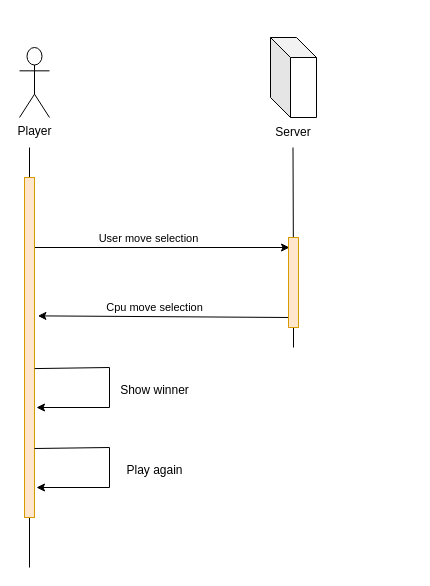
Earlier version of the draw.io diagram page "Sequence" (4 of 4) of the-game-diagrams-it1.drawio (RobertoGM/the-game). Source tidied: cells renumbered, new cells numbered last; positions are measured from the earlier drawing's top-left corner, leaving out a move shared by most shapes. Both pictures are drawn from the tidied source at 100%, with x=0, y=0 at pixel (19, 37).
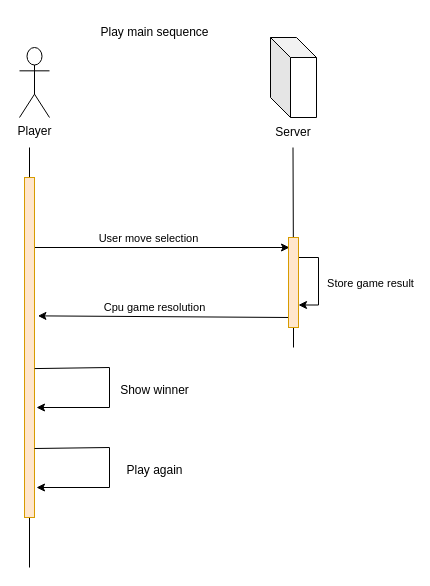
The same page after the edit.

The change refers to these unchanged cells:
```xml
<mxCell id="10" style="endArrow=classic;html=1;rounded=0;entryX=1.34;entryY=0.407;entryDx=0;entryDy=0;entryPerimeter=0;" parent="1" edge="1" target="15">
  <mxGeometry relative="1" as="geometry">
    <mxPoint x="270" y="280" as="sourcePoint" />
  </mxGeometry>
</mxCell>
<mxCell id="13" style="rounded=0;whiteSpace=wrap;html=1;fillColor=#ffe6cc;strokeColor=#d79b00;" parent="1" vertex="1">
  <mxGeometry x="269" y="200" width="10" height="90" as="geometry" />
</mxCell>
```

Diff of the diagram source:
```diff
@@
-    <mxCell id="11" value="Cpu move selection" style="edgeLabel;html=1;align=center;verticalAlign=middle;" parent="10" vertex="1">
+    <mxCell id="11" value="Cpu game resolution" style="edgeLabel;html=1;align=center;verticalAlign=middle;" parent="10" vertex="1">
       <mxGeometry x="-0.09" y="3" relative="1" as="geometry">
         <mxPoint x="-21" y="-13" as="offset" />
       </mxGeometry>
     </mxCell>
@@
+    <mxCell id="20" style="edgeStyle=orthogonalEdgeStyle;rounded=0;orthogonalLoop=1;jettySize=auto;html=1;entryX=1;entryY=0.75;entryDx=0;entryDy=0;" parent="1" edge="1" source="13" target="13">
+      <mxGeometry relative="1" as="geometry">
+        <Array as="points">
+          <mxPoint x="299" y="220" />
+          <mxPoint x="299" y="268" />
+        </Array>
+      </mxGeometry>
+    </mxCell>
+    <mxCell id="21" value="Store game result" style="edgeLabel;html=1;align=center;verticalAlign=middle;" parent="20" vertex="1">
+      <mxGeometry x="0.02" y="4" relative="1" as="geometry">
+        <mxPoint x="47" as="offset" />
+      </mxGeometry>
+    </mxCell>
@@
+    <mxCell id="22" value="Play main sequence" style="text;html=1;align=center;verticalAlign=middle;strokeColor=none;fillColor=none;" parent="1" vertex="1">
+      <mxGeometry x="70" y="-20" width="130" height="30" as="geometry" />
+    </mxCell>
```
